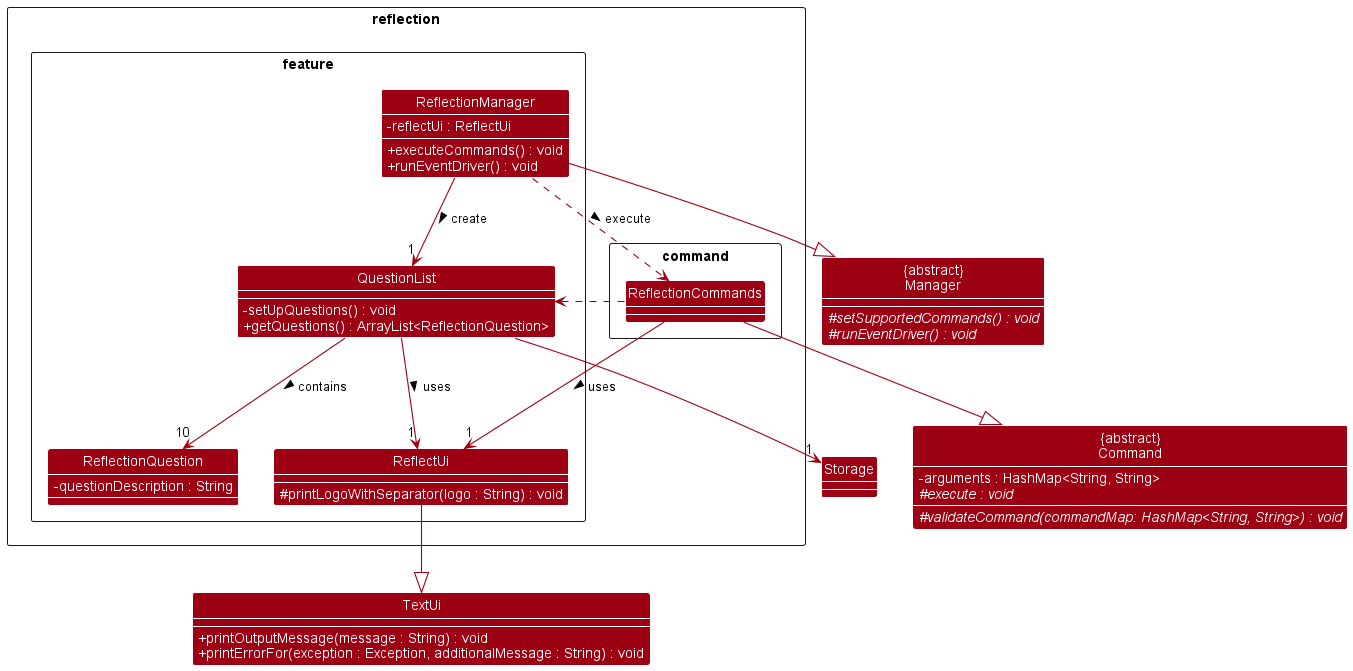
This is docs/diagrams/ReflectionClassDiagram.png from wenxin-c/tp, a PlantUML export, as it was before one commit.
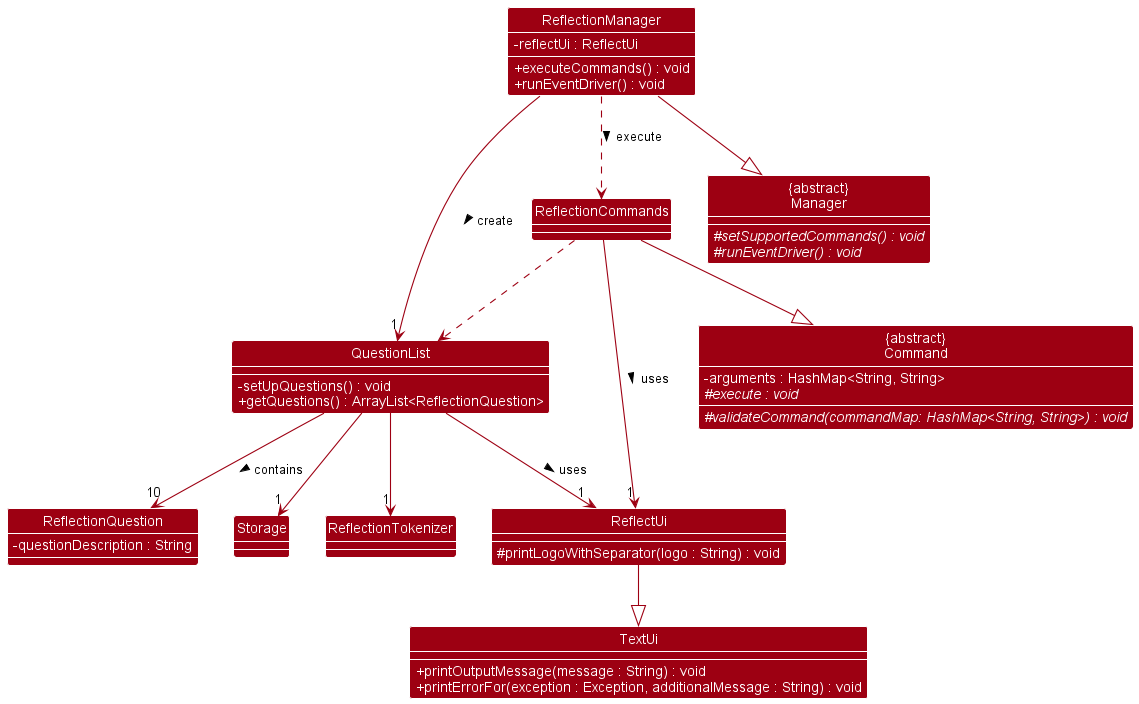
Later version of the same file.

What changed in the source:
```diff
@@ -5,13 +5,6 @@
 skinparam arrowColor MODEL_COLOR
 skinparam classBackgroundColor MODEL_COLOR
 
-Package reflection <<Rectangle>>{
-Package command <<Rectangle>>{
-class ReflectionCommands{
-}
-}
-
-Package feature <<Rectangle>>{
 class ReflectionManager{
 -reflectUi : ReflectUi
 +executeCommands() : void
@@ -27,8 +20,8 @@
 -setUpQuestions() : void
 +getQuestions() : ArrayList<ReflectionQuestion>
 }
-}
-}
+
+class ReflectionCommands
 
 class TextUi{
 +printOutputMessage(message : String) : void
@@ -44,6 +37,7 @@
 #{abstract}validateCommand(commandMap: HashMap<String, String>) : void
 }
 class Storage
+class ReflectionTokenizer
 
 ReflectionManager --> "1" QuestionList : create >
 ReflectionManager --|> Manager
@@ -53,6 +47,7 @@
 QuestionList --> "10" ReflectionQuestion : contains >
 QuestionList --> "1" ReflectUi : uses >
 QuestionList --> "1" Storage
+QuestionList --> "1" ReflectionTokenizer
 ReflectUi --|> TextUi
 ReflectionCommands --|> Command
 @enduml
```
